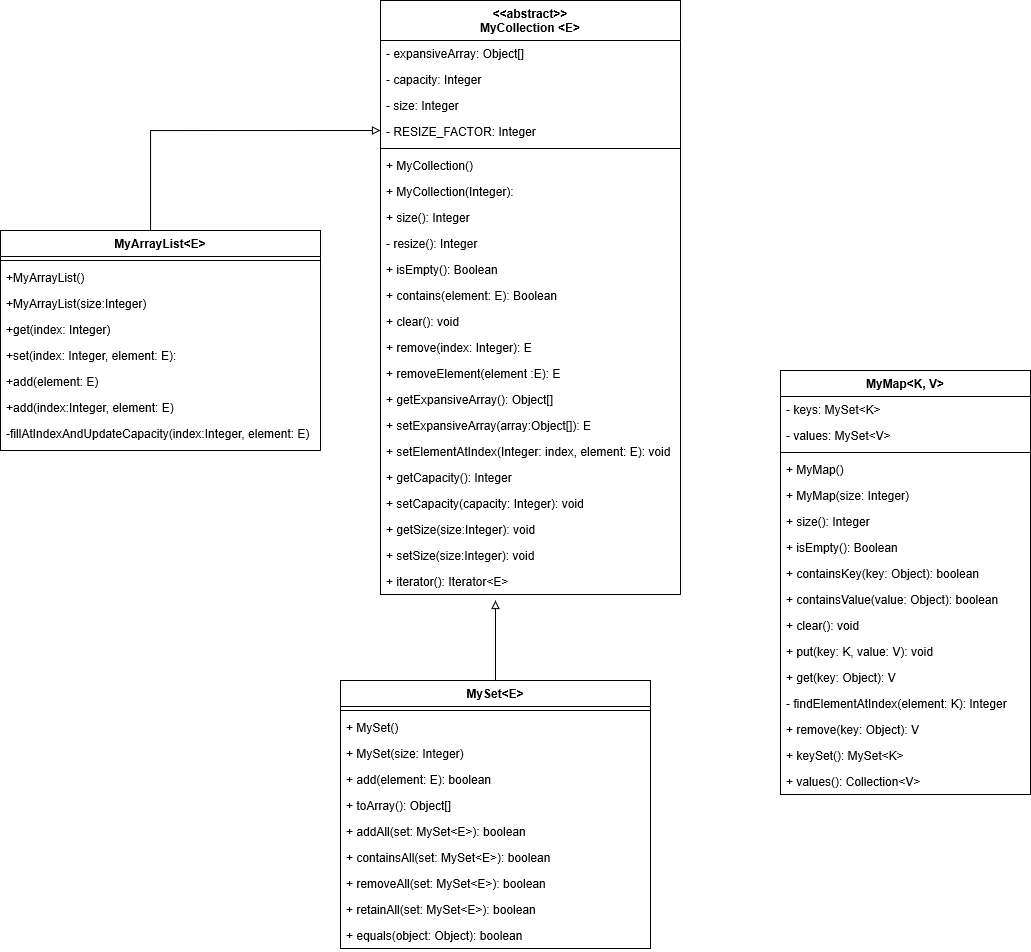
Before: StayReadyLab13UML.png, a diagram exported from draw.io (code-differently/StayReadyLab13). Source tidied: cells renumbered, new cells last; positions are measured from the earlier drawing's top-left corner, leaving out a move shared by most shapes.
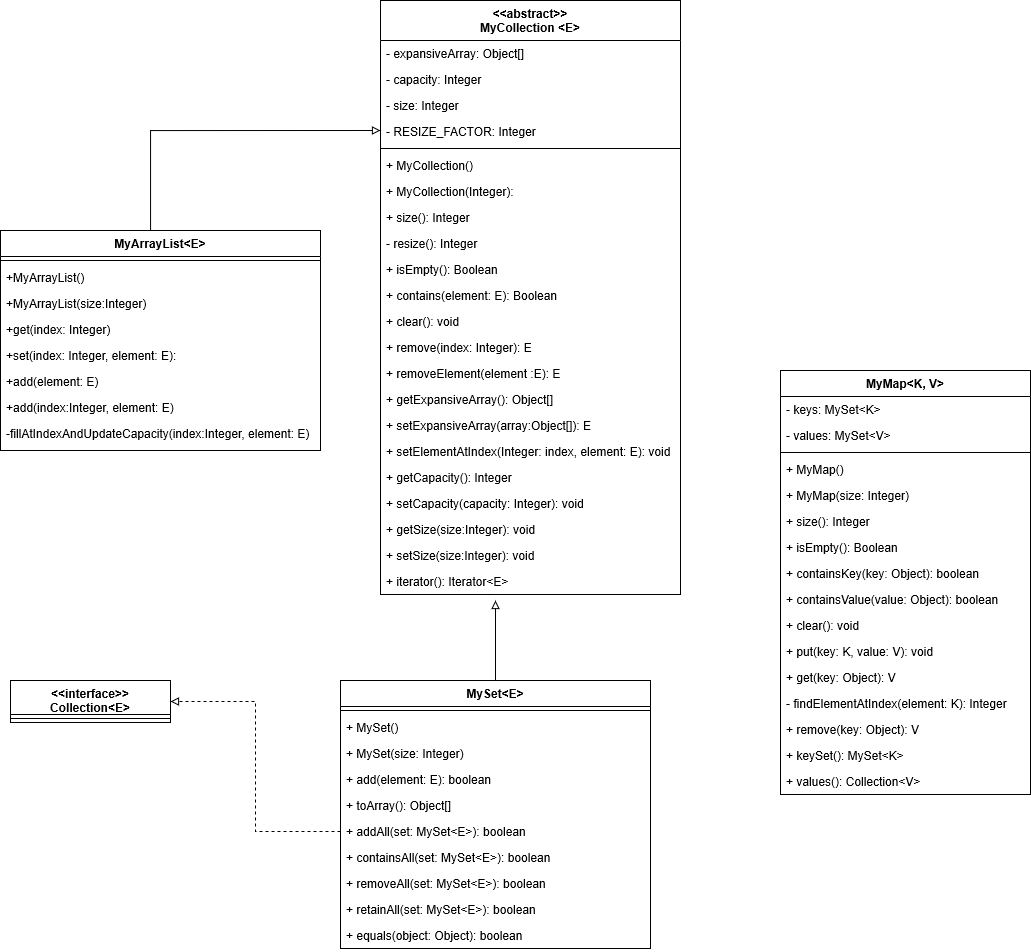
The same diagram one commit later.

Commit message:
made myset implement collection because I could pass in a Collection and not a MySet instance into the retainAll, removeAll, containsAll, and addAll methods. Updated UML

The edit, as a diff of the source:
```diff
@@ -195,5 +195,14 @@
     <mxCell id="63" value="+ equals(object: Object): boolean" style="text;strokeColor=none;fillColor=none;align=left;verticalAlign=top;spacingLeft=4;spacingRight=4;overflow=hidden;" parent="53" vertex="1">
       <mxGeometry y="242" width="310" height="26" as="geometry" />
     </mxCell>
+    <mxCell id="64" value="&lt;&lt;interface&gt;&gt;&#10;Collection&lt;E&gt;" style="swimlane;fontStyle=1;align=center;verticalAlign=top;horizontal=1;startSize=34;" parent="1" vertex="1">
+      <mxGeometry x="10" y="680" width="160" height="42" as="geometry" />
+    </mxCell>
+    <mxCell id="65" style="line;strokeWidth=1;fillColor=none;align=left;verticalAlign=middle;spacingTop=-1;spacingLeft=3;spacingRight=3;labelPosition=right;" parent="64" vertex="1">
+      <mxGeometry y="34" width="160" height="8" as="geometry" />
+    </mxCell>
+    <mxCell id="66" style="edgeStyle=orthogonalEdgeStyle;rounded=0;jettySize=auto;html=1;exitX=0;exitY=0.5;exitDx=0;exitDy=0;entryX=1;entryY=0.5;entryDx=0;entryDy=0;dashed=1;endArrow=block;endFill=0;" parent="1" edge="1" source="59" target="64">
+      <mxGeometry relative="1" as="geometry" />
+    </mxCell>
   </root>
 </mxGraphModel>
```
